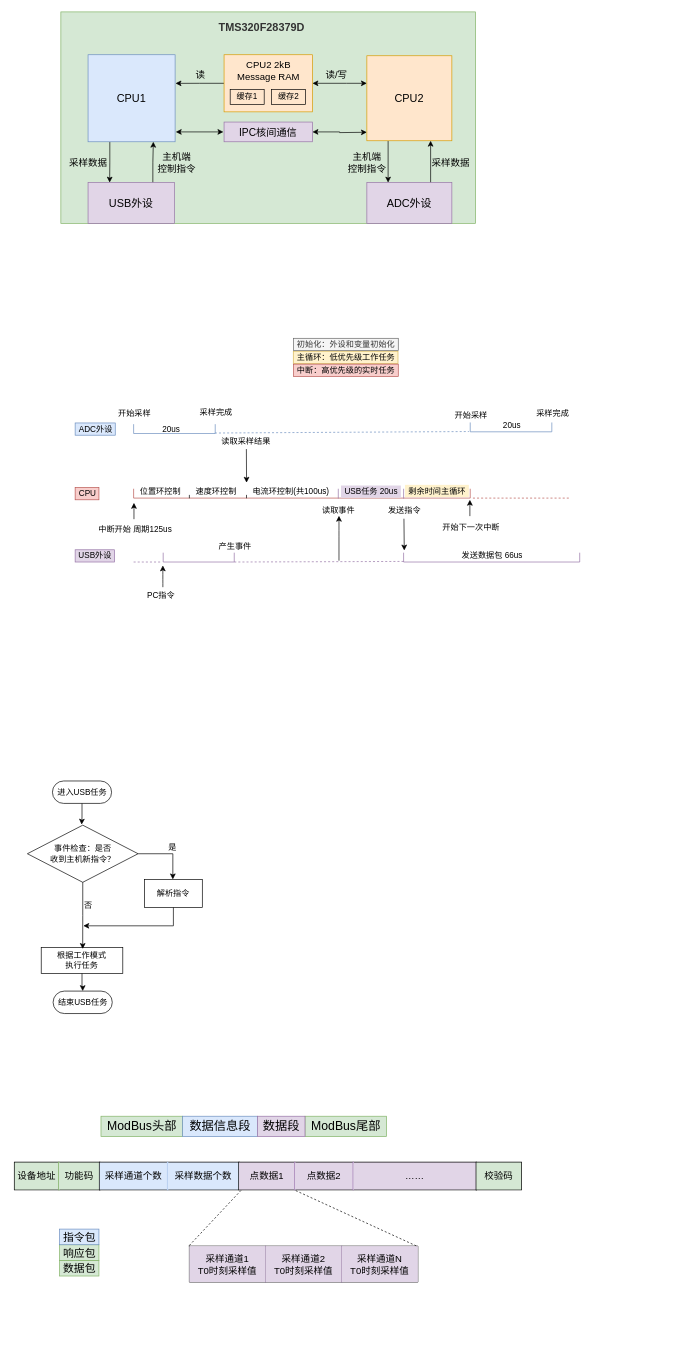
fuxinsen/test keeps this draw.io diagram as page "DSP内部" (2 of 5) of Untitled Diagram.drawio. Above is the earlier version. Source tidied: cells renumbered, new cells numbered last; positions are measured from the earlier drawing's top-left corner, leaving out a move shared by most shapes. Both pictures are drawn from the tidied source at 68%, with x=0, y=0 at pixel (14, 12).
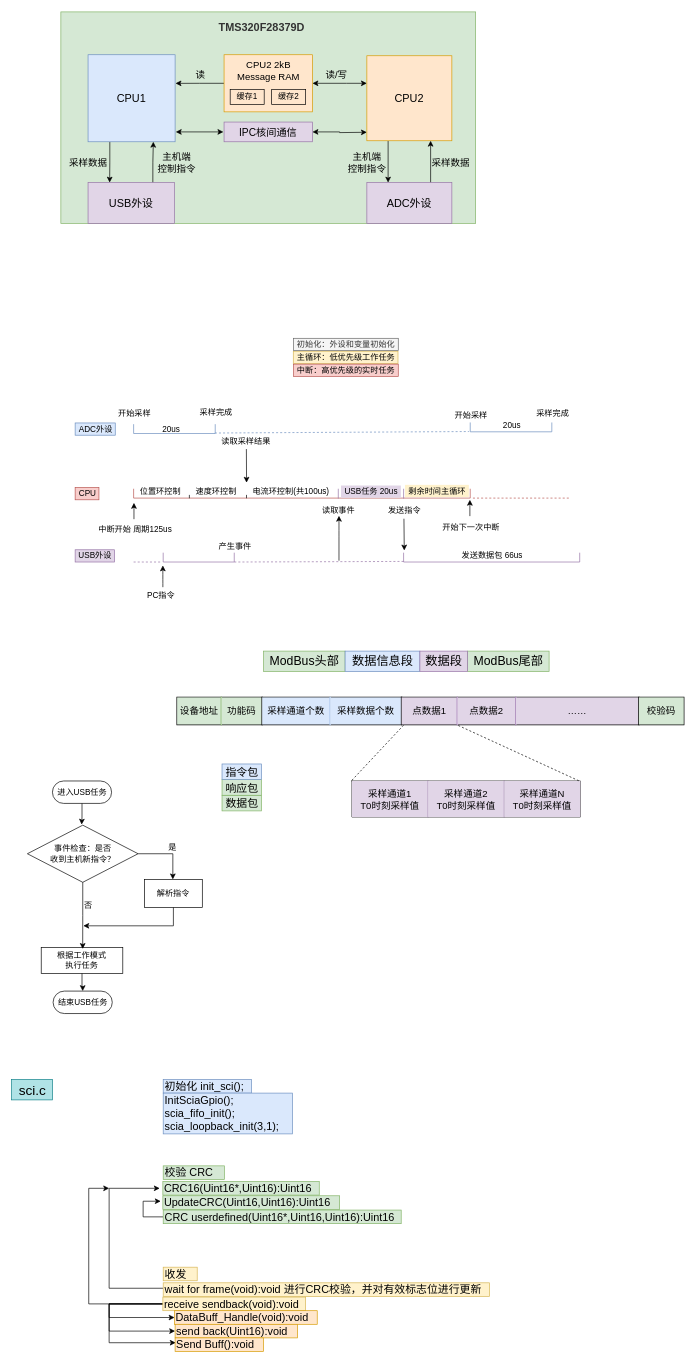
The same diagram, later.

What changed in the source:
```diff
@@
     <mxCell id="81" style="shape=table;html=1;whiteSpace=wrap;startSize=0;childLayout=tableLayout;strokeWidth=2;perimeterSpacing=1;fontSize=14;" parent="1" vertex="1">
-      <mxGeometry y="1692" width="745" height="40" as="geometry" />
+      <mxGeometry x="239" y="1008" width="745" height="40" as="geometry" />
     </mxCell>
@@
     <mxCell id="91" value="ModBus头部" style="text;html=1;align=center;verticalAlign=middle;fillColor=#d5e8d4;fontSize=18;strokeColor=#82b366;" parent="1" vertex="1">
-      <mxGeometry x="127" y="1624" width="120" height="30" as="geometry" />
+      <mxGeometry x="366" y="940" width="120" height="30" as="geometry" />
     </mxCell>
     <mxCell id="92" value="数据信息段" style="text;html=1;align=center;verticalAlign=middle;fillColor=#dae8fc;fontSize=18;strokeColor=#6c8ebf;" parent="1" vertex="1">
-      <mxGeometry x="247" y="1624" width="110" height="30" as="geometry" />
+      <mxGeometry x="486" y="940" width="110" height="30" as="geometry" />
     </mxCell>
     <mxCell id="93" value="ModBus尾部" style="text;html=1;align=center;verticalAlign=middle;fillColor=#d5e8d4;fontSize=18;strokeColor=#82b366;" parent="1" vertex="1">
-      <mxGeometry x="427" y="1624" width="120" height="30" as="geometry" />
+      <mxGeometry x="666" y="940" width="120" height="30" as="geometry" />
     </mxCell>
     <mxCell id="94" value="数据段" style="text;html=1;align=center;verticalAlign=middle;fillColor=#e1d5e7;fontSize=18;strokeColor=#9673a6;" parent="1" vertex="1">
-      <mxGeometry x="357" y="1624" width="70" height="30" as="geometry" />
+      <mxGeometry x="596" y="940" width="70" height="30" as="geometry" />
     </mxCell>
     <mxCell id="95" style="shape=table;html=1;whiteSpace=wrap;startSize=0;childLayout=tableLayout;perimeterSpacing=1;strokeWidth=1;fontSize=14;" parent="1" vertex="1">
-      <mxGeometry x="257" y="1815" width="336" height="53" as="geometry" />
+      <mxGeometry x="496" y="1131" width="336" height="53" as="geometry" />
     </mxCell>
@@
     <mxCell id="100" value="数据包" style="text;html=1;align=center;verticalAlign=middle;strokeColor=#82b366;fontSize=16;fillColor=#d5e8d4;" parent="1" vertex="1">
-      <mxGeometry x="66" y="1836" width="58" height="23" as="geometry" />
+      <mxGeometry x="305" y="1152" width="58" height="23" as="geometry" />
     </mxCell>
     <mxCell id="101" value="响应包" style="text;html=1;align=center;verticalAlign=middle;strokeColor=#82b366;fontSize=16;fillColor=#d5e8d4;" parent="1" vertex="1">
-      <mxGeometry x="66" y="1813" width="58" height="23" as="geometry" />
+      <mxGeometry x="305" y="1129" width="58" height="23" as="geometry" />
     </mxCell>
     <mxCell id="102" value="指令包" style="text;html=1;align=center;verticalAlign=middle;strokeColor=#6c8ebf;fontSize=16;fillColor=#dae8fc;" parent="1" vertex="1">
-      <mxGeometry x="66" y="1790" width="58" height="23" as="geometry" />
+      <mxGeometry x="305" y="1106" width="58" height="23" as="geometry" />
     </mxCell>
     <mxCell id="103" style="endArrow=none;dashed=1;html=1;" parent="1" edge="1">
       <mxGeometry relative="1" as="geometry">
-        <mxPoint x="257" y="1814" as="sourcePoint" />
-        <mxPoint x="333" y="1733" as="targetPoint" />
+        <mxPoint x="496" y="1130" as="sourcePoint" />
+        <mxPoint x="572" y="1049" as="targetPoint" />
       </mxGeometry>
     </mxCell>
@@
+    <mxCell id="105" value="sci.c" style="text;html=1;align=center;verticalAlign=middle;fontSize=20;fillColor=#b0e3e6;strokeColor=#0e8088;" parent="1" vertex="1">
+      <mxGeometry x="-4.4" y="1570" width="60" height="30" as="geometry" />
+    </mxCell>
+    <mxCell id="106" value="初始化&amp;nbsp;init_sci();" style="text;html=1;align=left;verticalAlign=middle;strokeColor=#6c8ebf;fontSize=16;fillColor=#dae8fc;" parent="1" vertex="1">
+      <mxGeometry x="218.5" y="1570" width="130" height="20" as="geometry" />
+    </mxCell>
+    <mxCell id="107" value="&lt;div&gt;InitSciaGpio();&lt;span&gt; &lt;/span&gt;&lt;/div&gt;&lt;div&gt;scia_fifo_init();&lt;/div&gt;&lt;div&gt;scia_loopback_init(3,1);&amp;nbsp;&lt;/div&gt;" style="text;html=1;align=left;verticalAlign=middle;fontSize=16;fillColor=#dae8fc;strokeColor=#6c8ebf;" parent="1" vertex="1">
+      <mxGeometry x="218.5" y="1590" width="190" height="60" as="geometry" />
+    </mxCell>
+    <mxCell id="108" value="校验 CRC" style="text;html=1;align=left;verticalAlign=middle;strokeColor=#82b366;fontSize=16;fillColor=#d5e8d4;" parent="1" vertex="1">
+      <mxGeometry x="218.5" y="1697" width="90" height="20" as="geometry" />
+    </mxCell>
+    <mxCell id="109" value="UpdateCRC(Uint16,Uint16):Uint16" style="text;html=1;align=left;verticalAlign=middle;points=[];strokeColor=#82b366;fontSize=16;fillColor=#d5e8d4;" parent="1" vertex="1">
+      <mxGeometry x="218" y="1741" width="260" height="20" as="geometry" />
+    </mxCell>
+    <mxCell id="110" value="收发" style="text;html=1;align=left;verticalAlign=middle;strokeColor=#d6b656;fontSize=16;fillColor=#fff2cc;" parent="1" vertex="1">
+      <mxGeometry x="218.5" y="1846" width="50" height="20" as="geometry" />
+    </mxCell>
+    <mxCell id="111" style="edgeStyle=orthogonalEdgeStyle;rounded=0;orthogonalLoop=1;jettySize=auto;html=1;fontSize=16;entryX=-0.02;entryY=0.602;entryDx=0;entryDy=0;entryPerimeter=0;" parent="1" edge="1">
+      <mxGeometry relative="1" as="geometry">
+        <mxPoint x="218.5" y="1877" as="sourcePoint" />
+        <mxPoint x="213.4" y="1730" as="targetPoint" />
+        <Array as="points">
+          <mxPoint x="139" y="1877" />
+          <mxPoint x="139" y="1730" />
+        </Array>
+      </mxGeometry>
+    </mxCell>
+    <mxCell id="112" value="&lt;div&gt;wait for frame(void):void 进行CRC校验，并对有效标志位进行更新&lt;/div&gt;" style="text;html=1;align=left;verticalAlign=middle;strokeColor=#d6b656;fontSize=16;fillColor=#fff2cc;" parent="1" vertex="1">
+      <mxGeometry x="218.5" y="1869" width="480" height="20" as="geometry" />
+    </mxCell>
+    <mxCell id="113" style="edgeStyle=orthogonalEdgeStyle;rounded=0;jettySize=auto;html=1;fontSize=16;entryX=0.001;entryY=0.501;entryDx=0;entryDy=0;entryPerimeter=0;" parent="1" edge="1" source="117" target="121">
+      <mxGeometry relative="1" as="geometry">
+        <Array as="points">
+          <mxPoint x="139" y="1900" />
+          <mxPoint x="139" y="1920" />
+        </Array>
+      </mxGeometry>
+    </mxCell>
+    <mxCell id="114" style="edgeStyle=orthogonalEdgeStyle;rounded=0;jettySize=auto;html=1;fontSize=16;" parent="1" edge="1" source="117">
+      <mxGeometry relative="1" as="geometry">
+        <mxPoint x="139" y="1730" as="targetPoint" />
+        <Array as="points">
+          <mxPoint x="109" y="1900" />
+          <mxPoint x="109" y="1730" />
+        </Array>
+      </mxGeometry>
+    </mxCell>
+    <mxCell id="115" style="edgeStyle=orthogonalEdgeStyle;rounded=0;jettySize=auto;html=1;fontSize=16;" parent="1" edge="1" source="117" target="122">
+      <mxGeometry relative="1" as="geometry">
+        <Array as="points">
+          <mxPoint x="139" y="1900" />
+          <mxPoint x="139" y="1940" />
+        </Array>
+      </mxGeometry>
+    </mxCell>
+    <mxCell id="116" style="edgeStyle=orthogonalEdgeStyle;rounded=0;jettySize=auto;html=1;fontSize=16;entryX=0.007;entryY=0.356;entryDx=0;entryDy=0;entryPerimeter=0;" parent="1" edge="1" source="117" target="123">
+      <mxGeometry relative="1" as="geometry">
+        <Array as="points">
+          <mxPoint x="139" y="1900" />
+          <mxPoint x="139" y="1957" />
+        </Array>
+      </mxGeometry>
+    </mxCell>
+    <mxCell id="117" value="&lt;span style=&quot;&quot;&gt;receive sendback(void):void&lt;/span&gt;" style="text;html=1;align=left;verticalAlign=middle;points=[];strokeColor=#d6b656;fontSize=16;fillColor=#fff2cc;" parent="1" vertex="1">
+      <mxGeometry x="218" y="1890" width="210" height="20" as="geometry" />
+    </mxCell>
+    <mxCell id="118" value="&lt;span style=&quot;&quot;&gt;CRC16(Uint16*,Uint16):Uint16&lt;/span&gt;" style="text;html=1;align=left;verticalAlign=middle;strokeColor=#82b366;fontSize=16;fillColor=#d5e8d4;" parent="1" vertex="1">
+      <mxGeometry x="218" y="1720" width="230" height="20" as="geometry" />
+    </mxCell>
+    <mxCell id="119" style="edgeStyle=orthogonalEdgeStyle;rounded=0;jettySize=auto;html=1;fontSize=16;entryX=-0.012;entryY=0.399;entryDx=0;entryDy=0;entryPerimeter=0;" parent="1" edge="1" source="120" target="109">
+      <mxGeometry relative="1" as="geometry">
+        <Array as="points">
+          <mxPoint x="189" y="1772" />
+          <mxPoint x="189" y="1749" />
+        </Array>
+      </mxGeometry>
+    </mxCell>
+    <mxCell id="120" value="&lt;span style=&quot;&quot;&gt;CRC userdefined(Uint16*,Uint16,Uint16):Uint16&lt;/span&gt;" style="text;html=1;align=left;verticalAlign=middle;points=[];strokeColor=#82b366;fontSize=16;fillColor=#d5e8d4;" parent="1" vertex="1">
+      <mxGeometry x="218.5" y="1762" width="350" height="20" as="geometry" />
+    </mxCell>
+    <mxCell id="121" value="&lt;div&gt;DataBuff_Handle(void):void&lt;/div&gt;" style="text;html=1;align=left;verticalAlign=middle;points=[];strokeColor=#d79b00;fontSize=16;fillColor=#ffe6cc;" parent="1" vertex="1">
+      <mxGeometry x="235" y="1910" width="210" height="20" as="geometry" />
+    </mxCell>
+    <mxCell id="122" value="send back(Uint16):void" style="text;html=1;align=left;verticalAlign=middle;points=[];strokeColor=#d79b00;fontSize=16;fillColor=#ffe6cc;" parent="1" vertex="1">
+      <mxGeometry x="236" y="1930" width="180" height="20" as="geometry" />
+    </mxCell>
+    <mxCell id="123" value="Send Buff():void" style="text;html=1;align=left;verticalAlign=middle;points=[];strokeColor=#d79b00;fontSize=16;fillColor=#ffe6cc;" parent="1" vertex="1">
+      <mxGeometry x="236" y="1950" width="130" height="20" as="geometry" />
+    </mxCell>
```
